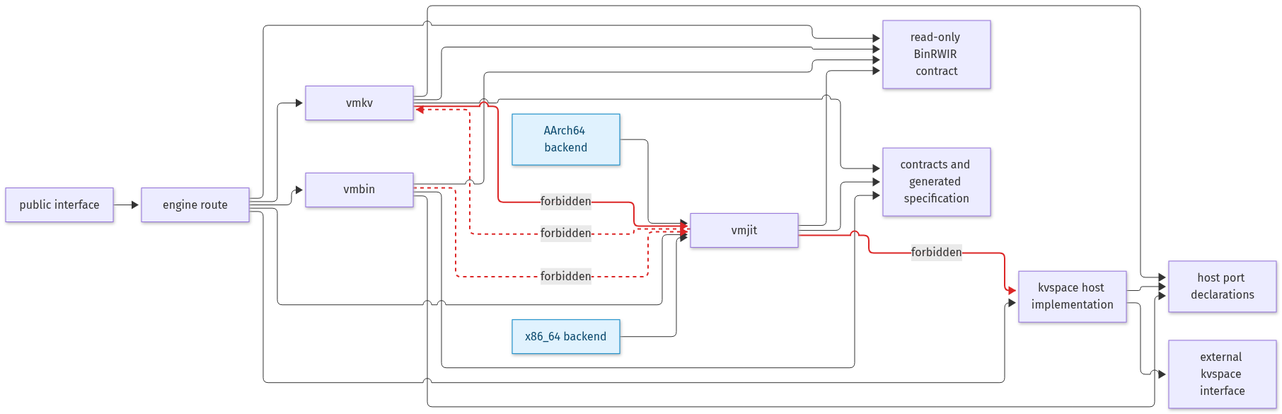
The Mermaid diagram runtimec/documentation/architecture/runtimec-dependencies.png in array2d/kvlang, before a commit. Its source is kept beside it as runtimec/documentation/architecture/runtimec-dependencies.mmd. Its diagram source:
```mermaid
flowchart LR
  INTERFACE["public interface"]
  ROUTE["engine route"]
  PORT["host port declarations"]
  HOST["kvspace host implementation"]
  KVSPACE["external kvspace interface"]
  CONTRACT["contracts and generated specification"]
  VMKV["vmkv"]
  BINRWIR["read-only BinRWIR contract"]
  VMBIN["vmbin"]
  VMJIT["vmjit"]
  X86_64["x86_64 backend"]
  AARCH64["AArch64 backend"]

  INTERFACE --> ROUTE
  ROUTE --> VMKV
  ROUTE --> BINRWIR
  ROUTE --> VMJIT
  ROUTE --> VMBIN
  ROUTE --> HOST
  VMKV --> BINRWIR
  VMKV --> PORT
  VMKV --> CONTRACT
  VMBIN --> BINRWIR
  VMBIN --> PORT
  VMBIN --> CONTRACT
  VMJIT --> BINRWIR
  VMJIT --> CONTRACT
  HOST --> PORT
  HOST --> KVSPACE
  X86_64 --> VMJIT
  AARCH64 --> VMJIT

  VMKV -. "forbidden" .-> VMJIT
  VMBIN -. "forbidden" .-> VMJIT
  VMJIT -. "forbidden" .-> VMKV
  VMJIT -. "forbidden" .-> HOST

  classDef backend fill:#e0f2fe,stroke:#0284c7,color:#0c4a6e
  linkStyle 18,19,20,21 stroke:#dc2626,stroke-width:2px,stroke-dasharray:5 5
  class X86_64,AARCH64 backend
```
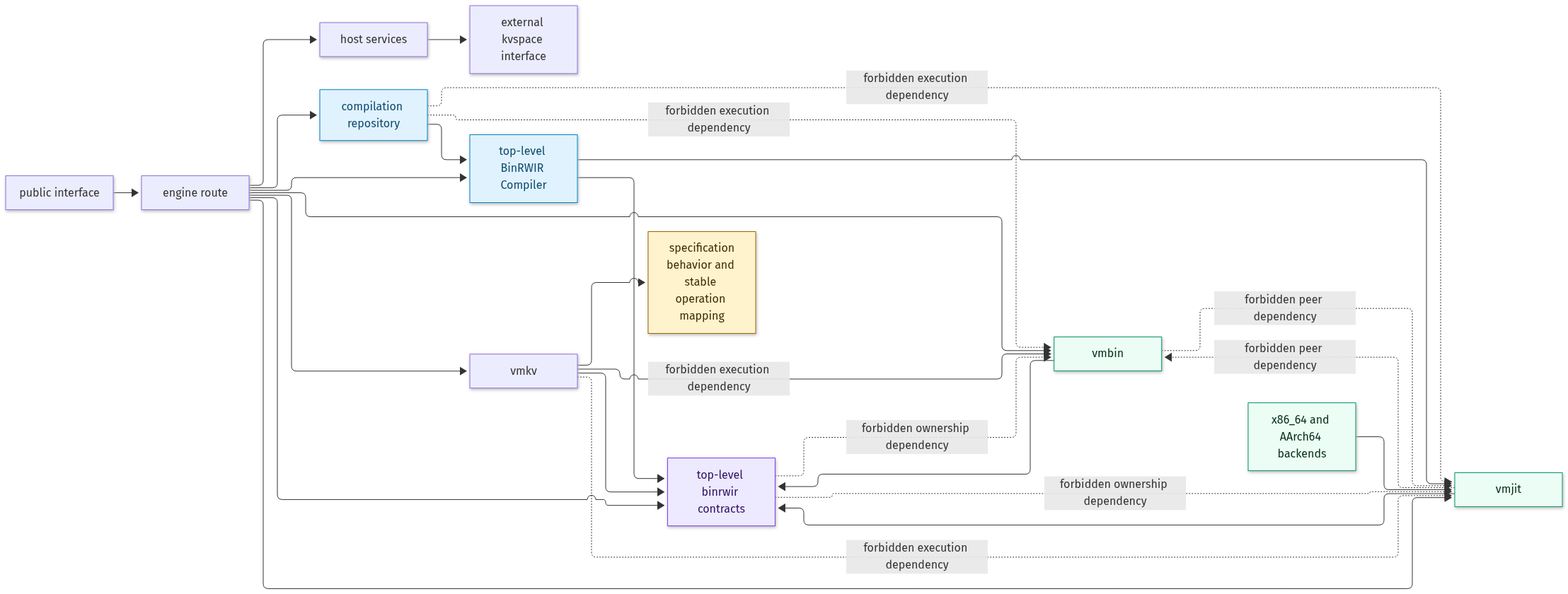
The same file after the commit.

Diff of the diagram source:
```diff
@@ -1,41 +1,49 @@
 flowchart LR
+  SPECIFICATION["specification<br/>behavior and stable operation mapping"]
   INTERFACE["public interface"]
   ROUTE["engine route"]
-  PORT["host port declarations"]
-  HOST["kvspace host implementation"]
+  REPOSITORY["compilation repository"]
+  HOST["host services"]
   KVSPACE["external kvspace interface"]
-  CONTRACT["contracts and generated specification"]
   VMKV["vmkv"]
-  BINRWIR["read-only BinRWIR contract"]
+  BINRWIR["top-level binrwir contracts"]
+  COMPILER["top-level BinRWIR Compiler"]
   VMBIN["vmbin"]
   VMJIT["vmjit"]
-  X86_64["x86_64 backend"]
-  AARCH64["AArch64 backend"]
+  BACKENDS["x86_64 and AArch64 backends"]
 
   INTERFACE --> ROUTE
+  ROUTE --> HOST
+  ROUTE --> REPOSITORY
   ROUTE --> VMKV
+  ROUTE --> COMPILER
   ROUTE --> BINRWIR
   ROUTE --> VMJIT
   ROUTE --> VMBIN
-  ROUTE --> HOST
+  HOST --> KVSPACE
+  VMKV --> SPECIFICATION
   VMKV --> BINRWIR
-  VMKV --> PORT
-  VMKV --> CONTRACT
+  COMPILER --> BINRWIR
+  COMPILER --> VMJIT
+  REPOSITORY --> COMPILER
   VMBIN --> BINRWIR
-  VMBIN --> PORT
-  VMBIN --> CONTRACT
   VMJIT --> BINRWIR
-  VMJIT --> CONTRACT
-  HOST --> PORT
-  HOST --> KVSPACE
-  X86_64 --> VMJIT
-  AARCH64 --> VMJIT
+  BACKENDS --> VMJIT
 
-  VMKV -. "forbidden" .-> VMJIT
-  VMBIN -. "forbidden" .-> VMJIT
-  VMJIT -. "forbidden" .-> VMKV
-  VMJIT -. "forbidden" .-> HOST
+  BINRWIR -. "forbidden ownership dependency" .-> VMBIN
+  BINRWIR -. "forbidden ownership dependency" .-> VMJIT
+  VMKV -. "forbidden execution dependency" .-> VMBIN
+  VMKV -. "forbidden execution dependency" .-> VMJIT
+  VMBIN -. "forbidden peer dependency" .-> VMJIT
+  VMJIT -. "forbidden peer dependency" .-> VMBIN
+  REPOSITORY -. "forbidden execution dependency" .-> VMBIN
+  REPOSITORY -. "forbidden execution dependency" .-> VMJIT
 
-  classDef backend fill:#e0f2fe,stroke:#0284c7,color:#0c4a6e
-  linkStyle 18,19,20,21 stroke:#dc2626,stroke-width:2px,stroke-dasharray:5 5
-  class X86_64,AARCH64 backend
+  classDef specification fill:#fff3cd,stroke:#9a6700,color:#3d2e00
+  classDef neutral fill:#ede9fe,stroke:#7c3aed,color:#2e1065
+  classDef compiler fill:#e0f2fe,stroke:#0284c7,color:#0c4a6e
+  classDef executor fill:#ecfdf5,stroke:#059669,color:#052e16
+  class SPECIFICATION specification
+  class BINRWIR neutral
+  class COMPILER,REPOSITORY compiler
+  class VMBIN,VMJIT,BACKENDS executor
```
